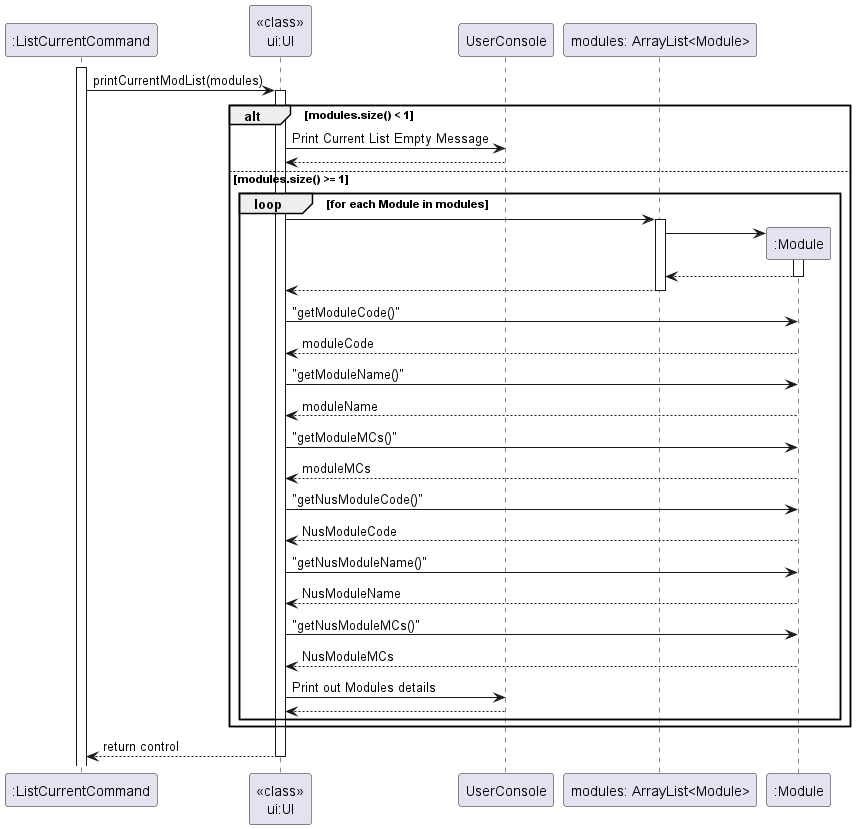
This is docs/diagrams/ListCurrentCommandSequenceDiagram.png from nus-cs2113-AY2223S2/tp, a PlantUML export, as it was before one commit.
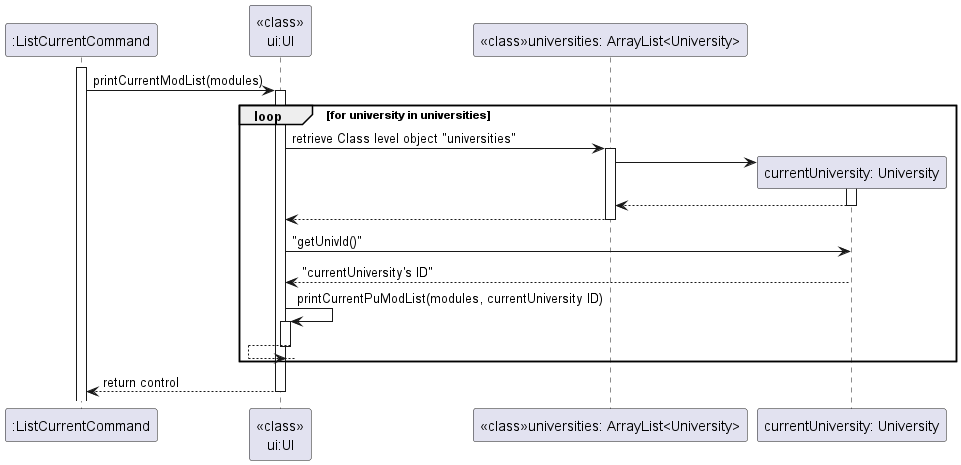
After the commit.

Commit message:
Add and edited DG for list functions

The edit, as a diff of the source:
```diff
@@ -6,49 +6,27 @@
 ":ListCurrentCommand" -> "<<class>>\nui:UI" : printCurrentModList(modules)
 activate "<<class>>\nui:UI"
 
-alt modules.size() < 1
-    "<<class>>\nui:UI" -> UserConsole : Print Current List Empty Message
-    "<<class>>\nui:UI" <-- UserConsole
-else modules.size() >= 1
+loop for university in universities
+    "<<class>>\nui:UI" -> "<<class>>universities: ArrayList<University>" : retrieve Class level object "universities"
+     activate "<<class>>universities: ArrayList<University>"
+     create "currentUniversity: University"
+     "<<class>>universities: ArrayList<University>" -> "currentUniversity: University"
+     activate "currentUniversity: University"
+     "<<class>>universities: ArrayList<University>" <-- "currentUniversity: University"
+     deactivate "currentUniversity: University"
+     "<<class>>\nui:UI" <-- "<<class>>universities: ArrayList<University>"
+     deactivate "<<class>>universities: ArrayList<University>"
+
+     "<<class>>\nui:UI" -> "currentUniversity: University": "getUnivId()"
+     "<<class>>\nui:UI" <-- "currentUniversity: University": "currentUniversity's ID"
 
 
-    loop for each Module in modules
+    "<<class>>\nui:UI" -> "<<class>>\nui:UI": printCurrentPuModList(modules, currentUniversity ID)
+    activate "<<class>>\nui:UI"
+    "<<class>>\nui:UI" <-- "<<class>>\nui:UI"
+    deactivate "<<class>>\nui:UI"
+end
 
-    "<<class>>\nui:UI" -> "modules: ArrayList<Module>"
-     activate "modules: ArrayList<Module>"
-     create ":Module"
-     "modules: ArrayList<Module>" -> ":Module"
-     activate ":Module"
-     "modules: ArrayList<Module>" <-- ":Module"
-     deactivate ":Module"
-     "<<class>>\nui:UI" <-- "modules: ArrayList<Module>"
-     deactivate "modules: ArrayList<Module>"
-
-
-
-    "<<class>>\nui:UI" -> ":Module" : "getModuleCode()"
-    "<<class>>\nui:UI" <-- ":Module" : moduleCode
-
-
-    "<<class>>\nui:UI" -> ":Module" : "getModuleName()"
-    "<<class>>\nui:UI" <-- ":Module" : moduleName
-
-    "<<class>>\nui:UI" -> ":Module" : "getModuleMCs()"
-    "<<class>>\nui:UI" <-- ":Module" : moduleMCs
-
-    "<<class>>\nui:UI" -> ":Module" : "getNusModuleCode()"
-    "<<class>>\nui:UI" <-- ":Module" : NusModuleCode
-
-    "<<class>>\nui:UI" -> ":Module" : "getNusModuleName()"
-    "<<class>>\nui:UI" <-- ":Module" : NusModuleName
-
-    "<<class>>\nui:UI" -> ":Module" : "getNusModuleMCs()"
-    "<<class>>\nui:UI" <-- ":Module" : NusModuleMCs
-
-    "<<class>>\nui:UI" -> UserConsole : Print out Modules details
-    "<<class>>\nui:UI" <-- UserConsole
-    end
-end
 
 "<<class>>\nui:UI" --> ":ListCurrentCommand" : return control
 deactivate "<<class>>\nui:UI"
```
